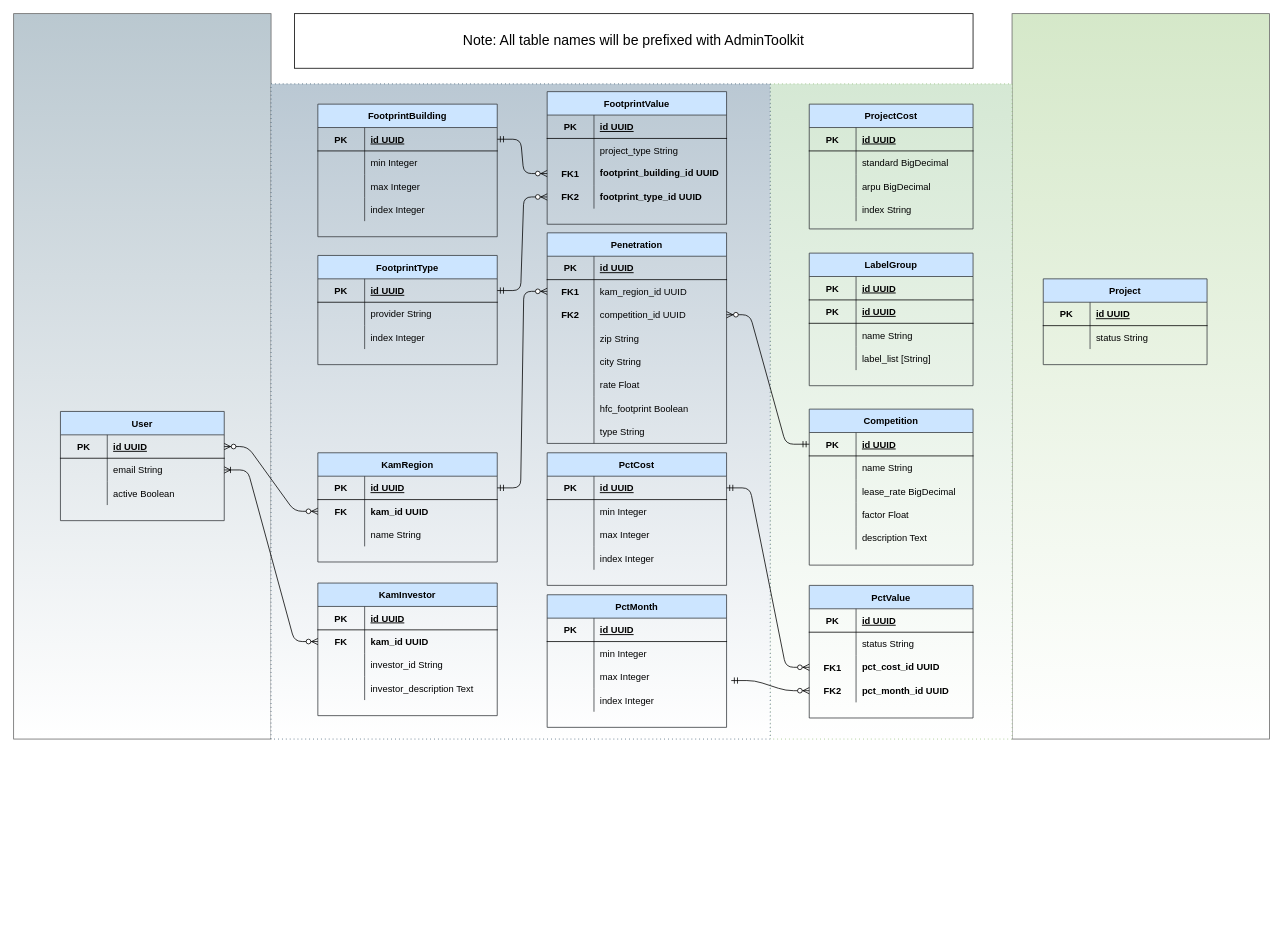
Earlier version of the draw.io diagram page "Admin Toolkit" (2 of 5) of class_diagrams/new-build.drawio (Jigyel1/new_build). Source tidied: cells renumbered, new cells numbered last; positions are measured from the earlier drawing's top-left corner, leaving out a move shared by most shapes. Both pictures are drawn from the tidied source at 78%, with x=0, y=0 at pixel (13, 13).
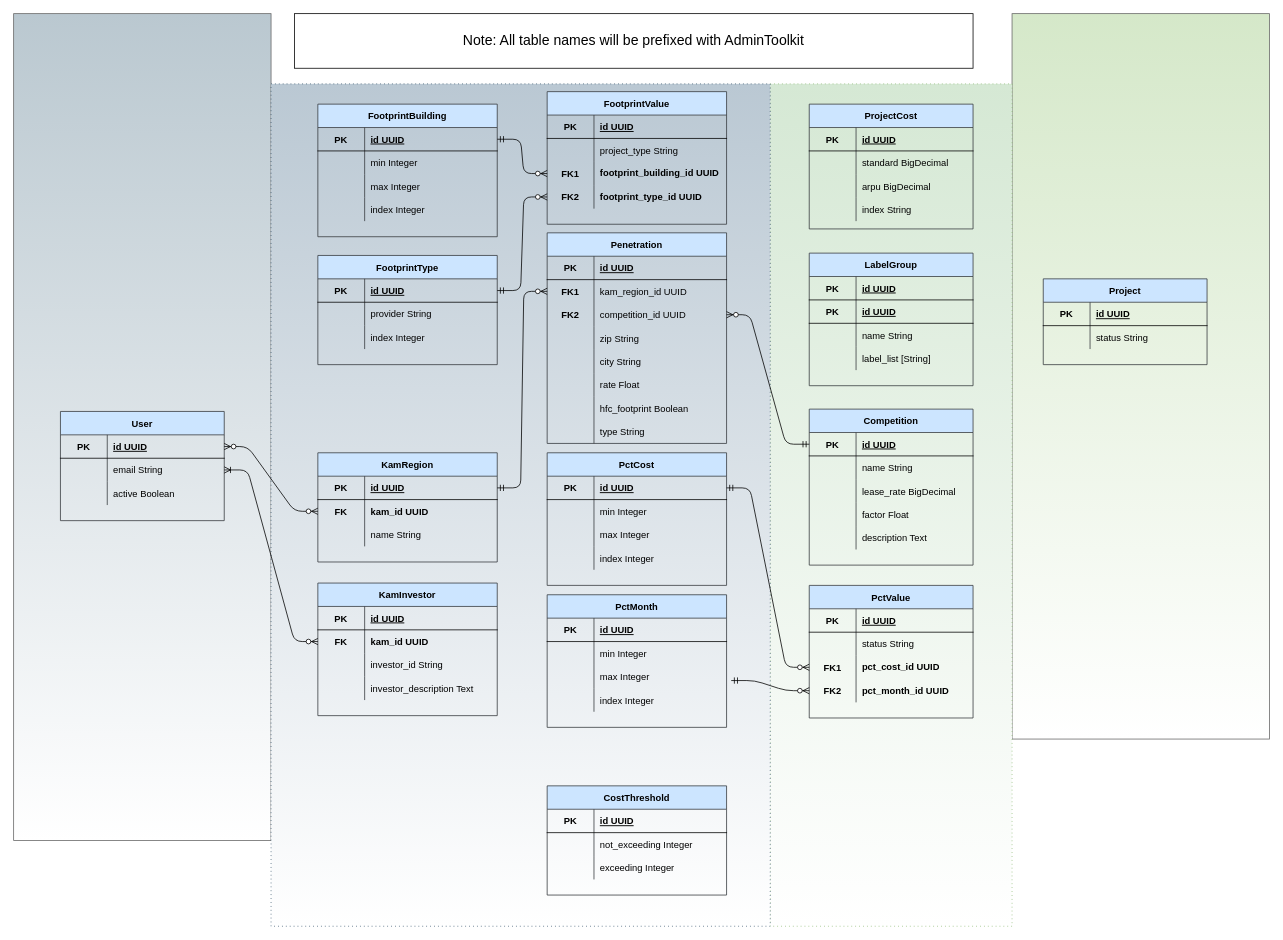
After the change.

Diff of the diagram source:
```diff
@@
     <mxCell id="3" style="rounded=0;whiteSpace=wrap;html=1;strokeColor=#82b366;fillColor=#d5e8d4;gradientColor=#ffffff;dashed=1;dashPattern=1 4;" parent="1" vertex="1">
-      <mxGeometry x="970" y="90" width="310" height="840" as="geometry" />
+      <mxGeometry x="970" y="90" width="310" height="1080" as="geometry" />
     </mxCell>
     <mxCell id="4" style="rounded=0;whiteSpace=wrap;html=1;strokeColor=#666666;fontColor=#333333;fillColor=#BAC8D0;gradientColor=#ffffff;" parent="1" vertex="1">
-      <mxGeometry width="330" height="930" as="geometry" />
+      <mxGeometry width="330" height="1060" as="geometry" />
     </mxCell>
     <mxCell id="5" style="rounded=0;whiteSpace=wrap;html=1;strokeColor=#23445d;fillColor=#bac8d3;gradientColor=#ffffff;dashed=1;dashPattern=1 4;" parent="1" vertex="1">
-      <mxGeometry x="330" y="90" width="640" height="840" as="geometry" />
+      <mxGeometry x="330" y="90" width="640" height="1080" as="geometry" />
     </mxCell>
@@
+    <mxCell id="197" value="CostThreshold" style="shape=table;startSize=30;childLayout=tableLayout;rowLines=0;fontStyle=1;align=center;fillColor=#cce5ff;strokeColor=#36393d;" parent="1" vertex="1">
+      <mxGeometry x="684" y="990" width="230" height="140" as="geometry" />
+    </mxCell>
+    <mxCell id="198" style="shape=partialRectangle;fillColor=none;top=0;left=0;bottom=1;right=0;" parent="197" vertex="1">
+      <mxGeometry y="30" width="230" height="30" as="geometry" />
+    </mxCell>
+    <mxCell id="199" value="PK" style="shape=partialRectangle;fillColor=none;top=0;left=0;bottom=0;right=0;fontStyle=1;overflow=hidden;" parent="198" vertex="1">
+      <mxGeometry width="60" height="30" as="geometry" />
+    </mxCell>
+    <mxCell id="200" value="id UUID" style="shape=partialRectangle;fillColor=none;top=0;left=0;bottom=0;right=0;align=left;spacingLeft=6;fontStyle=5;overflow=hidden;" parent="198" vertex="1">
+      <mxGeometry x="60" width="170" height="30" as="geometry" />
+    </mxCell>
+    <mxCell id="201" style="shape=partialRectangle;fillColor=none;top=0;left=0;bottom=0;right=0;" parent="197" vertex="1">
+      <mxGeometry y="60" width="230" height="30" as="geometry" />
+    </mxCell>
+    <mxCell id="202" style="shape=partialRectangle;fillColor=none;top=0;left=0;bottom=0;right=0;overflow=hidden;" parent="201" vertex="1">
+      <mxGeometry width="60" height="30" as="geometry" />
+    </mxCell>
+    <mxCell id="203" value="not_exceeding Integer" style="shape=partialRectangle;fillColor=none;top=0;left=0;bottom=0;right=0;align=left;spacingLeft=6;overflow=hidden;" parent="201" vertex="1">
+      <mxGeometry x="60" width="170" height="30" as="geometry" />
+    </mxCell>
+    <mxCell id="204" style="shape=partialRectangle;fillColor=none;top=0;left=0;bottom=0;right=0;" parent="197" vertex="1">
+      <mxGeometry y="90" width="230" height="30" as="geometry" />
+    </mxCell>
+    <mxCell id="205" style="shape=partialRectangle;fillColor=none;top=0;left=0;bottom=0;right=0;overflow=hidden;" parent="204" vertex="1">
+      <mxGeometry width="60" height="30" as="geometry" />
+    </mxCell>
+    <mxCell id="206" value="exceeding Integer" style="shape=partialRectangle;fillColor=none;top=0;left=0;bottom=0;right=0;align=left;spacingLeft=6;overflow=hidden;" parent="204" vertex="1">
+      <mxGeometry x="60" width="170" height="30" as="geometry" />
+    </mxCell>
```
